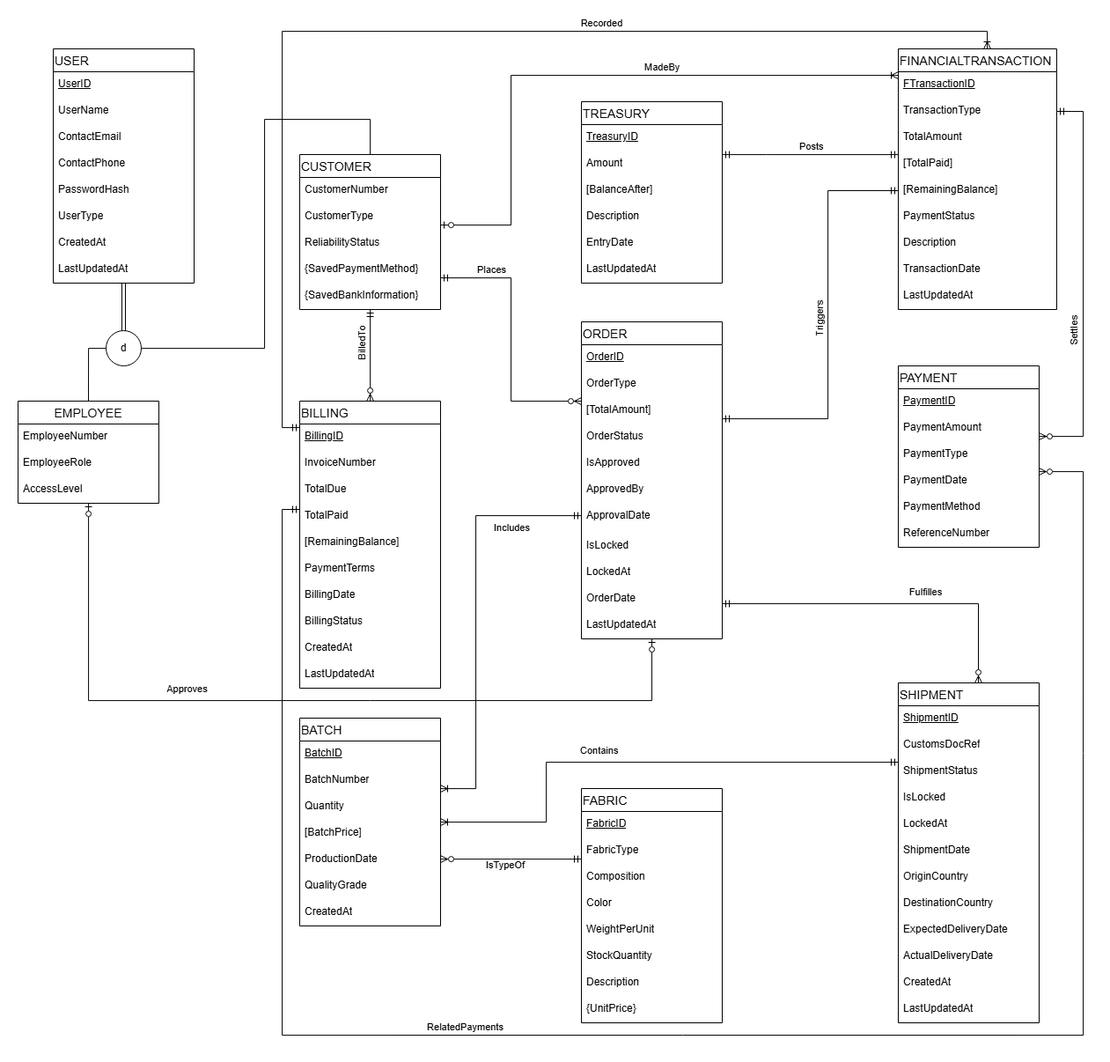
serkan-erol/CSE3055_Project keeps this draw.io diagram as KismetDatabase_v2.png. Above is the earlier version. Source tidied: cells renumbered, new cells last; positions are measured from the earlier drawing's top-left corner, leaving out a move shared by most shapes.
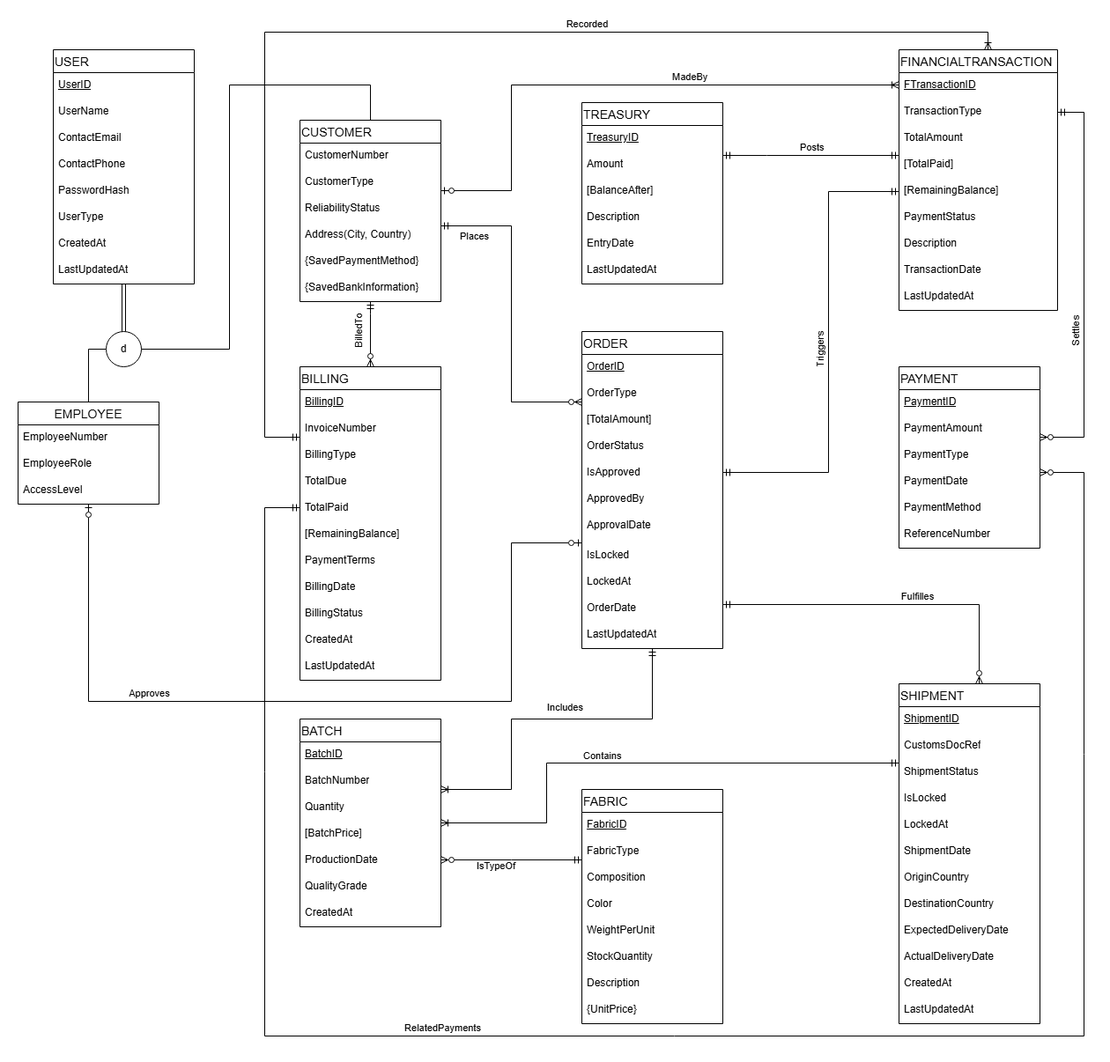
After the change.

The edit, as a diff of the source:
```diff
@@ -3,7 +3,7 @@
     <mxCell id="0" />
     <mxCell id="1" parent="0" />
     <mxCell id="2" value="CUSTOMER" style="swimlane;fontStyle=0;horizontal=1;startSize=26;align=left;fontSize=14;labelBackgroundColor=none;" parent="1" vertex="1">
-      <mxGeometry x="320" y="140" width="160" height="176" as="geometry" />
+      <mxGeometry x="320" y="100" width="160" height="206" as="geometry" />
     </mxCell>
     <mxCell id="3" value="CustomerNumber" style="text;strokeColor=none;fillColor=none;spacingLeft=4;spacingRight=4;overflow=hidden;fontSize=12;whiteSpace=wrap;html=1;align=left;labelBackgroundColor=none;" parent="2" vertex="1">
       <mxGeometry y="26" width="160" height="30" as="geometry" />
@@ -14,11 +14,14 @@
     <mxCell id="5" value="ReliabilityStatus" style="text;strokeColor=none;fillColor=none;spacingLeft=4;spacingRight=4;overflow=hidden;fontSize=12;whiteSpace=wrap;html=1;align=left;labelBackgroundColor=none;" parent="2" vertex="1">
       <mxGeometry y="86" width="160" height="30" as="geometry" />
     </mxCell>
+    <mxCell id="128" value="Address(City, Country)" style="text;strokeColor=none;fillColor=none;spacingLeft=4;spacingRight=4;overflow=hidden;fontSize=12;whiteSpace=wrap;html=1;align=left;labelBackgroundColor=none;" parent="2" vertex="1">
+      <mxGeometry y="116" width="160" height="30" as="geometry" />
+    </mxCell>
     <mxCell id="6" value="{SavedPaymentMethod}" style="text;strokeColor=none;fillColor=none;spacingLeft=4;spacingRight=4;overflow=hidden;fontSize=12;whiteSpace=wrap;html=1;align=left;labelBackgroundColor=none;" parent="2" vertex="1">
-      <mxGeometry y="116" width="160" height="30" as="geometry" />
+      <mxGeometry y="146" width="160" height="30" as="geometry" />
     </mxCell>
     <mxCell id="7" value="{SavedBankInformation}" style="text;strokeColor=none;fillColor=none;spacingLeft=4;spacingRight=4;overflow=hidden;fontSize=12;whiteSpace=wrap;html=1;align=left;labelBackgroundColor=none;" parent="2" vertex="1">
-      <mxGeometry y="146" width="160" height="30" as="geometry" />
+      <mxGeometry y="176" width="160" height="30" as="geometry" />
     </mxCell>
     <mxCell id="8" value="SHIPMENT" style="swimlane;fontStyle=0;horizontal=1;startSize=26;align=left;fontSize=14;labelBackgroundColor=none;" parent="1" vertex="1">
       <mxGeometry x="1000" y="740" width="160" height="386" as="geometry" />
@@ -134,8 +137,8 @@
     <mxCell id="45" style="edgeStyle=orthogonalEdgeStyle;rounded=0;jettySize=auto;html=1;endArrow=ERoneToMany;endFill=0;startArrow=ERmandOne;startFill=0;labelBackgroundColor=none;fontColor=default;" parent="1" edge="1" source="49" target="21">
       <mxGeometry relative="1" as="geometry">
         <Array as="points">
-          <mxPoint x="300" y="450" />
-          <mxPoint x="300" />
+          <mxPoint x="280" y="460" />
+          <mxPoint x="280" />
           <mxPoint x="1101" />
         </Array>
       </mxGeometry>
@@ -148,8 +151,8 @@
     <mxCell id="47" style="edgeStyle=orthogonalEdgeStyle;rounded=0;jettySize=auto;html=1;endArrow=ERzeroToMany;endFill=0;startArrow=ERmandOne;startFill=0;labelBackgroundColor=none;fontColor=default;" parent="1" edge="1" source="49" target="38">
       <mxGeometry relative="1" as="geometry">
         <Array as="points">
-          <mxPoint x="300" y="543" />
-          <mxPoint x="300" y="1140" />
+          <mxPoint x="280" y="540" />
+          <mxPoint x="280" y="1140" />
           <mxPoint x="1210" y="1140" />
           <mxPoint x="1210" y="500" />
         </Array>
@@ -161,7 +164,7 @@
       </mxGeometry>
     </mxCell>
     <mxCell id="49" value="BILLING" style="swimlane;fontStyle=0;horizontal=1;startSize=26;align=left;fontSize=14;labelBackgroundColor=none;" parent="1" vertex="1">
-      <mxGeometry x="320" y="420" width="160" height="326" as="geometry" />
+      <mxGeometry x="320" y="380" width="160" height="356" as="geometry" />
     </mxCell>
     <mxCell id="50" value="BillingID" style="text;strokeColor=none;fillColor=none;spacingLeft=4;spacingRight=4;overflow=hidden;fontSize=12;whiteSpace=wrap;html=1;fontStyle=4;align=left;labelBackgroundColor=none;" parent="49" vertex="1">
       <mxGeometry y="26" width="160" height="30" as="geometry" />
@@ -169,41 +172,45 @@
     <mxCell id="51" value="InvoiceNumber" style="text;strokeColor=none;fillColor=none;spacingLeft=4;spacingRight=4;overflow=hidden;fontSize=12;whiteSpace=wrap;html=1;align=left;labelBackgroundColor=none;" parent="49" vertex="1">
       <mxGeometry y="56" width="160" height="30" as="geometry" />
     </mxCell>
+    <mxCell id="129" value="BillingType" style="text;strokeColor=none;fillColor=none;spacingLeft=4;spacingRight=4;overflow=hidden;fontSize=12;whiteSpace=wrap;html=1;align=left;labelBackgroundColor=none;" parent="49" vertex="1">
+      <mxGeometry y="86" width="160" height="30" as="geometry" />
+    </mxCell>
     <mxCell id="52" value="TotalDue" style="text;strokeColor=none;fillColor=none;spacingLeft=4;spacingRight=4;overflow=hidden;fontSize=12;whiteSpace=wrap;html=1;align=left;labelBackgroundColor=none;" parent="49" vertex="1">
-      <mxGeometry y="86" width="160" height="30" as="geometry" />
+      <mxGeometry y="116" width="160" height="30" as="geometry" />
     </mxCell>
     <mxCell id="53" value="TotalPaid" style="text;strokeColor=none;fillColor=none;spacingLeft=4;spacingRight=4;overflow=hidden;fontSize=12;whiteSpace=wrap;html=1;align=left;labelBackgroundColor=none;" parent="49" vertex="1">
-      <mxGeometry y="116" width="160" height="30" as="geometry" />
+      <mxGeometry y="146" width="160" height="30" as="geometry" />
     </mxCell>
     <mxCell id="54" value="[RemainingBalance]" style="text;strokeColor=none;fillColor=none;spacingLeft=4;spacingRight=4;overflow=hidden;fontSize=12;whiteSpace=wrap;html=1;align=left;labelBackgroundColor=none;" parent="49" vertex="1">
-      <mxGeometry y="146" width="160" height="30" as="geometry" />
+      <mxGeometry y="176" width="160" height="30" as="geometry" />
     </mxCell>
     <mxCell id="55" value="PaymentTerms" style="text;strokeColor=none;fillColor=none;spacingLeft=4;spacingRight=4;overflow=hidden;fontSize=12;whiteSpace=wrap;html=1;align=left;labelBackgroundColor=none;" parent="49" vertex="1">
-      <mxGeometry y="176" width="160" height="30" as="geometry" />
+      <mxGeometry y="206" width="160" height="30" as="geometry" />
     </mxCell>
     <mxCell id="56" value="BillingDate" style="text;strokeColor=none;fillColor=none;spacingLeft=4;spacingRight=4;overflow=hidden;fontSize=12;whiteSpace=wrap;html=1;align=left;labelBackgroundColor=none;" parent="49" vertex="1">
-      <mxGeometry y="206" width="160" height="30" as="geometry" />
+      <mxGeometry y="236" width="160" height="30" as="geometry" />
     </mxCell>
     <mxCell id="57" value="Billing&lt;span style=&quot;background-color: transparent; color: light-dark(rgb(0, 0, 0), rgb(255, 255, 255));&quot;&gt;Status&lt;/span&gt;" style="text;strokeColor=none;fillColor=none;spacingLeft=4;spacingRight=4;overflow=hidden;fontSize=12;whiteSpace=wrap;html=1;align=left;labelBackgroundColor=none;" parent="49" vertex="1">
-      <mxGeometry y="236" width="160" height="30" as="geometry" />
+      <mxGeometry y="266" width="160" height="30" as="geometry" />
     </mxCell>
     <mxCell id="58" value="CreatedAt" style="text;strokeColor=none;fillColor=none;spacingLeft=4;spacingRight=4;overflow=hidden;fontSize=12;whiteSpace=wrap;html=1;labelBackgroundColor=none;" parent="49" vertex="1">
-      <mxGeometry y="266" width="160" height="30" as="geometry" />
+      <mxGeometry y="296" width="160" height="30" as="geometry" />
     </mxCell>
     <mxCell id="59" value="LastUpdatedAt" style="text;strokeColor=none;fillColor=none;spacingLeft=4;spacingRight=4;overflow=hidden;fontSize=12;whiteSpace=wrap;html=1;labelBackgroundColor=none;" parent="49" vertex="1">
-      <mxGeometry y="296" width="160" height="30" as="geometry" />
+      <mxGeometry y="326" width="160" height="30" as="geometry" />
     </mxCell>
     <mxCell id="60" style="edgeStyle=orthogonalEdgeStyle;rounded=0;jettySize=auto;html=1;endArrow=ERmandOne;endFill=0;startArrow=ERoneToMany;startFill=0;labelBackgroundColor=none;fontColor=default;" parent="1" edge="1" source="62" target="97">
       <mxGeometry relative="1" as="geometry">
         <Array as="points">
-          <mxPoint x="520" y="860" />
-          <mxPoint x="520" y="550" />
+          <mxPoint x="560" y="860" />
+          <mxPoint x="560" y="780" />
+          <mxPoint x="720" y="780" />
         </Array>
       </mxGeometry>
     </mxCell>
     <mxCell id="61" value="Includes" style="edgeLabel;html=1;align=center;verticalAlign=middle;labelBackgroundColor=none;" parent="60" vertex="1">
       <mxGeometry x="0.2" relative="1" as="geometry">
-        <mxPoint x="40" y="-54" as="offset" />
+        <mxPoint x="-21" y="-14" as="offset" />
       </mxGeometry>
     </mxCell>
     <mxCell id="62" value="BATCH" style="swimlane;fontStyle=0;horizontal=1;startSize=26;align=left;fontSize=14;labelBackgroundColor=none;" parent="1" vertex="1">
@@ -260,20 +267,20 @@
     <mxCell id="79" style="edgeStyle=orthogonalEdgeStyle;fontSize=12;html=1;endArrow=ERzeroToMany;startArrow=ERmandOne;rounded=0;align=left;labelBackgroundColor=none;fontColor=default;" parent="1" edge="1" source="2" target="97">
       <mxGeometry relative="1" as="geometry">
         <Array as="points">
-          <mxPoint x="560" y="280" />
+          <mxPoint x="560" y="220" />
           <mxPoint x="560" y="420" />
         </Array>
       </mxGeometry>
     </mxCell>
     <mxCell id="80" value="Places" style="edgeLabel;html=1;align=left;verticalAlign=middle;labelBackgroundColor=none;" parent="79" vertex="1">
       <mxGeometry x="-0.15" relative="1" as="geometry">
-        <mxPoint x="-40" y="-57" as="offset" />
+        <mxPoint x="-60" y="-62" as="offset" />
       </mxGeometry>
     </mxCell>
     <mxCell id="81" style="edgeStyle=orthogonalEdgeStyle;fontSize=12;html=1;endArrow=ERmandOne;startArrow=ERmandOne;rounded=0;align=left;labelBackgroundColor=none;fontColor=default;" parent="1" edge="1" source="97" target="21">
       <mxGeometry relative="1" as="geometry">
         <Array as="points">
-          <mxPoint x="920" y="440" />
+          <mxPoint x="920" y="500" />
           <mxPoint x="920" y="181" />
         </Array>
       </mxGeometry>
@@ -286,8 +293,8 @@
     <mxCell id="83" style="fontSize=12;html=1;endArrow=ERoneToMany;startArrow=ERzeroToOne;rounded=0;align=left;edgeStyle=orthogonalEdgeStyle;labelBackgroundColor=none;fontColor=default;" parent="1" edge="1" source="2" target="21">
       <mxGeometry relative="1" as="geometry">
         <Array as="points">
-          <mxPoint x="560" y="220" />
-          <mxPoint x="560" y="50" />
+          <mxPoint x="560" y="180" />
+          <mxPoint x="560" y="60" />
         </Array>
       </mxGeometry>
     </mxCell>
@@ -318,7 +325,7 @@
     </mxCell>
     <mxCell id="88" value="Fulfilles" style="edgeLabel;html=1;align=center;verticalAlign=middle;rotation=0;labelBackgroundColor=none;" parent="87" vertex="1">
       <mxGeometry x="0.42" relative="1" as="geometry">
-        <mxPoint x="-41" y="-14" as="offset" />
+        <mxPoint x="-51" y="-10" as="offset" />
       </mxGeometry>
     </mxCell>
     <mxCell id="89" style="edgeStyle=orthogonalEdgeStyle;fontSize=12;html=1;endArrow=ERzeroToMany;startArrow=ERmandOne;rounded=0;endFill=0;startFill=0;align=left;labelBackgroundColor=none;fontColor=default;" parent="1" edge="1" source="70" target="62">
@@ -331,10 +338,10 @@
     </mxCell>
     <mxCell id="90" value="IsTypeOf" style="edgeLabel;html=1;align=left;verticalAlign=middle;labelBackgroundColor=none;" parent="89" vertex="1">
       <mxGeometry x="0.05" y="-2" relative="1" as="geometry">
-        <mxPoint x="-27" y="8" as="offset" />
+        <mxPoint x="-37" y="8" as="offset" />
       </mxGeometry>
     </mxCell>
-    <mxCell id="91" style="fontSize=12;html=1;endArrow=ERoneToMany;startArrow=ERmandOne;rounded=0;align=left;labelBackgroundColor=none;fontColor=default;edgeStyle=orthogonalEdgeStyle;" parent="1" edge="1" source="8" target="62">
+    <mxCell id="91" style="fontSize=12;html=1;endArrow=ERoneToMany;startArrow=ERmandOne;rounded=0;align=left;labelBackgroundColor=none;fontColor=default;edgeStyle=orthogonalEdgeStyle;startFill=0;" parent="1" edge="1" source="8" target="62">
       <mxGeometry relative="1" as="geometry">
         <Array as="points">
           <mxPoint x="600" y="830" />
@@ -344,7 +351,7 @@
     </mxCell>
     <mxCell id="92" value="Contains" style="edgeLabel;html=1;align=left;verticalAlign=middle;labelBackgroundColor=none;" parent="91" vertex="1">
       <mxGeometry x="0.14" relative="1" as="geometry">
-        <mxPoint x="-28" y="-14" as="offset" />
+        <mxPoint x="-25" y="-9" as="offset" />
       </mxGeometry>
     </mxCell>
     <mxCell id="93" style="edgeStyle=orthogonalEdgeStyle;fontSize=12;html=1;endArrow=ERzeroToMany;startArrow=ERmandOne;rounded=0;align=left;labelBackgroundColor=none;fontColor=default;" parent="1" edge="1" source="2" target="49">
@@ -357,7 +364,7 @@
     </mxCell>
     <mxCell id="94" value="BilledTo" style="edgeLabel;html=1;align=left;verticalAlign=middle;rotation=270;labelBackgroundColor=none;" parent="93" vertex="1">
       <mxGeometry x="0.18" y="1" relative="1" as="geometry">
-        <mxPoint x="-11" y="-3" as="offset" />
+        <mxPoint x="-15" y="10" as="offset" />
       </mxGeometry>
     </mxCell>
     <mxCell id="95" style="edgeStyle=orthogonalEdgeStyle;fontSize=12;html=1;endArrow=ERzeroToMany;startArrow=ERmandOne;rounded=0;exitX=1;exitY=0.5;exitDx=0;exitDy=0;align=left;labelBackgroundColor=none;fontColor=default;" parent="1" edge="1" source="23" target="38">
@@ -374,7 +381,7 @@
       </mxGeometry>
     </mxCell>
     <mxCell id="97" value="ORDER" style="swimlane;fontStyle=0;horizontal=1;startSize=26;align=left;fontSize=14;labelBackgroundColor=none;" parent="1" vertex="1">
-      <mxGeometry x="640" y="330" width="160" height="360" as="geometry" />
+      <mxGeometry x="640" y="340" width="160" height="360" as="geometry" />
     </mxCell>
     <mxCell id="98" value="&lt;u&gt;OrderID&lt;/u&gt;" style="text;strokeColor=none;fillColor=none;spacingLeft=4;spacingRight=4;overflow=hidden;fontSize=12;whiteSpace=wrap;html=1;align=left;labelBackgroundColor=none;" parent="97" vertex="1">
       <mxGeometry y="26" width="160" height="30" as="geometry" />
@@ -449,9 +456,9 @@
     <mxCell id="120" style="edgeStyle=orthogonalEdgeStyle;rounded=0;jettySize=auto;html=1;endArrow=none;endFill=0;labelBackgroundColor=none;fontColor=default;" parent="1" edge="1" source="121" target="2">
       <mxGeometry relative="1" as="geometry">
         <Array as="points">
-          <mxPoint x="280" y="360" />
-          <mxPoint x="280" y="100" />
-          <mxPoint x="400" y="100" />
+          <mxPoint x="240" y="360" />
+          <mxPoint x="240" y="60" />
+          <mxPoint x="400" y="60" />
         </Array>
       </mxGeometry>
     </mxCell>
@@ -462,13 +469,14 @@
       <mxGeometry relative="1" as="geometry">
         <Array as="points">
           <mxPoint x="80" y="760" />
-          <mxPoint x="720" y="760" />
+          <mxPoint x="560" y="760" />
+          <mxPoint x="560" y="580" />
         </Array>
       </mxGeometry>
     </mxCell>
     <mxCell id="123" value="Approves" style="edgeLabel;html=1;align=center;verticalAlign=middle;" parent="122" vertex="1">
       <mxGeometry x="-0.27" y="1" relative="1" as="geometry">
-        <mxPoint x="-5" y="-13" as="offset" />
+        <mxPoint x="-58" y="-9" as="offset" />
       </mxGeometry>
     </mxCell>
     <mxCell id="124" value="EMPLOYEE" style="swimlane;fontStyle=0;horizontal=1;startSize=26;align=center;fontSize=14;labelBackgroundColor=none;" parent="1" vertex="1">
```
